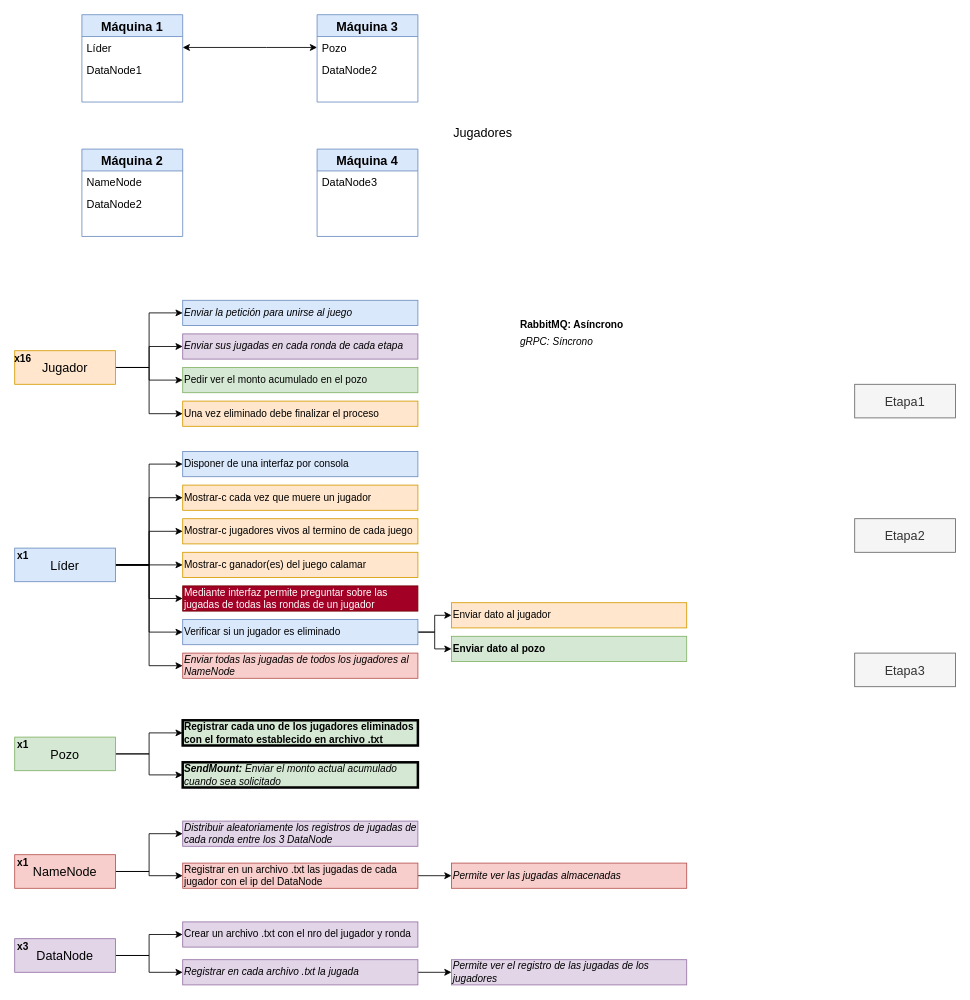
srlaggy/Lab2-Grupo42-INF343 keeps this draw.io diagram as Tarea2.drawio. Above is the earlier version. Source tidied: cells renumbered, new cells numbered last; positions are measured from the earlier drawing's top-left corner, leaving out a move shared by most shapes. Both pictures are drawn from the tidied source at 84%, with x=0, y=0 at pixel (14, 14).
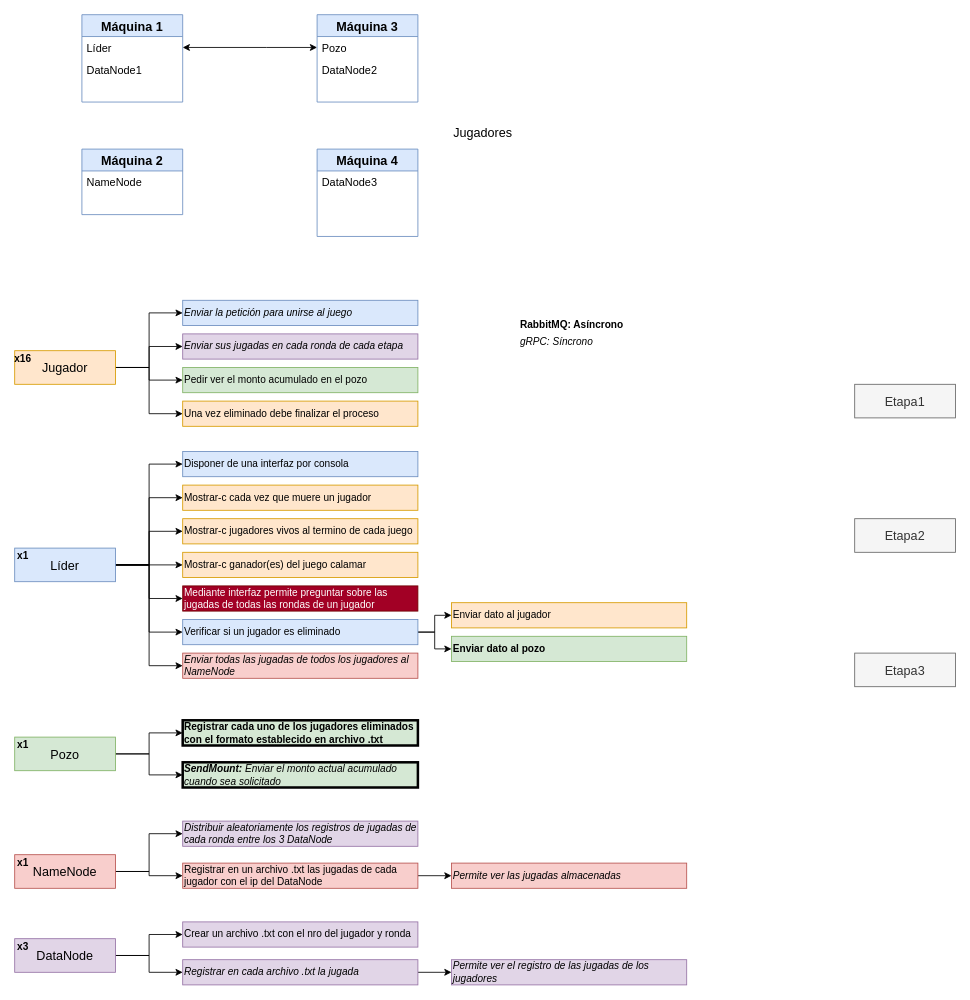
Above is the later version.

The edit, as a diff of the source:
```diff
@@
     <mxCell id="64" value="Máquina 2" style="swimlane;fontStyle=1;horizontal=1;startSize=26;fillColor=#dae8fc;strokeColor=#6c8ebf;fontSize=15;" parent="1" vertex="1">
-      <mxGeometry x="80" y="160" width="120" height="104" as="geometry" />
+      <mxGeometry x="80" y="160" width="120" height="78" as="geometry" />
     </mxCell>
@@
-    <mxCell id="66" value="DataNode2" style="text;strokeColor=none;fillColor=none;align=left;verticalAlign=top;spacingLeft=4;spacingRight=4;overflow=hidden;fontSize=13;" parent="64" vertex="1">
-      <mxGeometry y="52" width="120" height="26" as="geometry" />
-    </mxCell>
     <mxCell id="67" value=" " style="text;strokeColor=none;fillColor=none;align=left;verticalAlign=top;spacingLeft=4;spacingRight=4;overflow=hidden;" parent="64" vertex="1">
-      <mxGeometry y="78" width="120" height="26" as="geometry" />
+      <mxGeometry y="52" width="120" height="26" as="geometry" />
     </mxCell>
```
